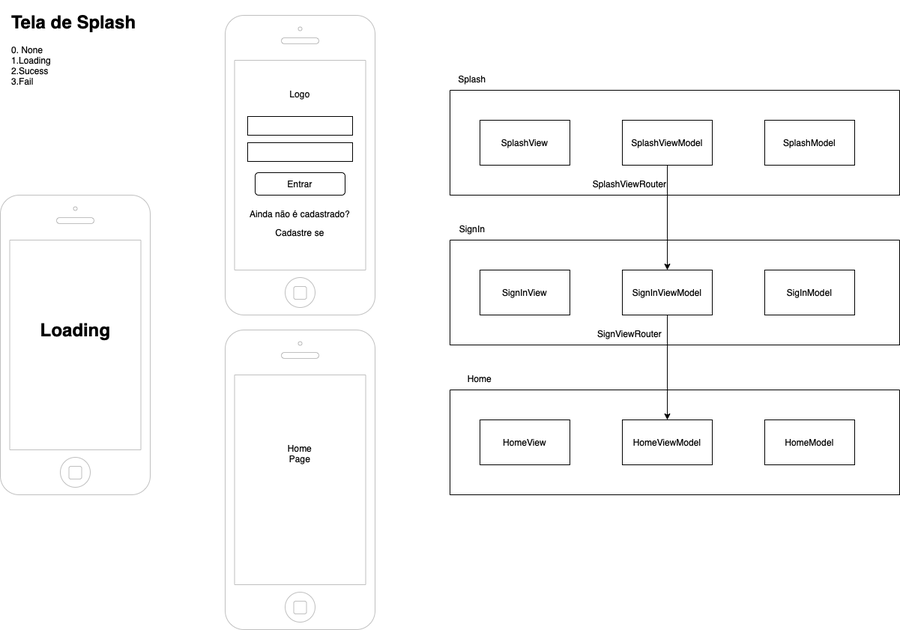
The draw.io diagram Prototipagem/ProjectHabitTelaDeLogin.drawio.png in kairosumida/ProjectHabit, before a commit. Source tidied: cells renumbered, new cells last; positions are measured from the earlier drawing's top-left corner, leaving out a move shared by most shapes.
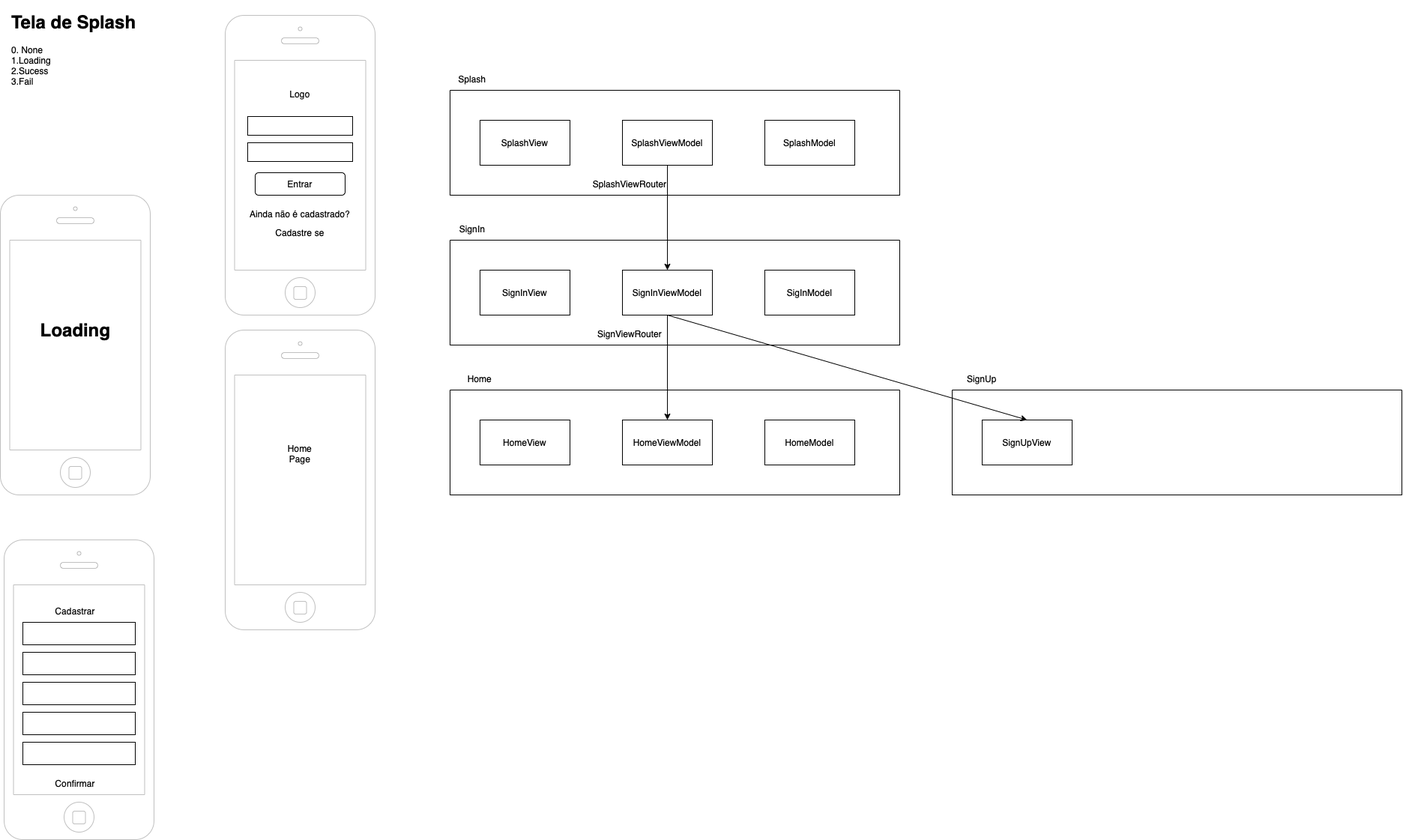
The same diagram one commit later.

Diff of the diagram source:
```diff
@@ -95,5 +95,41 @@
     <mxCell id="32" style="endArrow=classic;html=1;rounded=0;entryX=0.5;entryY=0;entryDx=0;entryDy=0;" parent="1" edge="1" source="20" target="28">
       <mxGeometry relative="1" as="geometry" />
     </mxCell>
+    <mxCell id="33" value="SignUpView" style="rounded=0;whiteSpace=wrap;html=1;" parent="1" vertex="1">
+      <mxGeometry x="1310" y="550" width="120" height="60" as="geometry" />
+    </mxCell>
+    <mxCell id="34" style="swimlane;startSize=0;" parent="1" vertex="1">
+      <mxGeometry x="1270" y="510" width="600" height="140" as="geometry" />
+    </mxCell>
+    <mxCell id="35" value="SignUp" style="text;html=1;strokeColor=none;fillColor=none;align=center;verticalAlign=middle;whiteSpace=wrap;rounded=0;" parent="1" vertex="1">
+      <mxGeometry x="1280" y="480" width="60" height="30" as="geometry" />
+    </mxCell>
+    <mxCell id="36" style="endArrow=classic;html=1;rounded=0;exitX=0.5;exitY=1;exitDx=0;exitDy=0;entryX=0.5;entryY=0;entryDx=0;entryDy=0;" parent="1" edge="1" source="20" target="33">
+      <mxGeometry relative="1" as="geometry" />
+    </mxCell>
+    <mxCell id="37" style="html=1;verticalLabelPosition=bottom;labelBackgroundColor=#ffffff;verticalAlign=top;shadow=0;dashed=0;strokeWidth=1;shape=mxgraph.ios7.misc.iphone;strokeColor=#c0c0c0;" parent="1" vertex="1">
+      <mxGeometry x="5" y="710" width="200" height="400" as="geometry" />
+    </mxCell>
+    <mxCell id="38" value="Cadastrar" style="text;html=1;strokeColor=none;fillColor=none;align=center;verticalAlign=middle;whiteSpace=wrap;rounded=0;" parent="1" vertex="1">
+      <mxGeometry x="70" y="790" width="60" height="30" as="geometry" />
+    </mxCell>
+    <mxCell id="39" style="rounded=0;whiteSpace=wrap;html=1;" parent="1" vertex="1">
+      <mxGeometry x="30" y="820" width="150" height="30" as="geometry" />
+    </mxCell>
+    <mxCell id="40" style="rounded=0;whiteSpace=wrap;html=1;" parent="1" vertex="1">
+      <mxGeometry x="30" y="860" width="150" height="30" as="geometry" />
+    </mxCell>
+    <mxCell id="41" style="rounded=0;whiteSpace=wrap;html=1;" parent="1" vertex="1">
+      <mxGeometry x="30" y="900" width="150" height="30" as="geometry" />
+    </mxCell>
+    <mxCell id="42" style="rounded=0;whiteSpace=wrap;html=1;" parent="1" vertex="1">
+      <mxGeometry x="30" y="940" width="150" height="30" as="geometry" />
+    </mxCell>
+    <mxCell id="43" style="rounded=0;whiteSpace=wrap;html=1;" parent="1" vertex="1">
+      <mxGeometry x="30" y="980" width="150" height="30" as="geometry" />
+    </mxCell>
+    <mxCell id="44" value="Confirmar" style="text;html=1;strokeColor=none;fillColor=none;align=center;verticalAlign=middle;whiteSpace=wrap;rounded=0;" parent="1" vertex="1">
+      <mxGeometry x="70" y="1020" width="60" height="30" as="geometry" />
+    </mxCell>
   </root>
 </mxGraphModel>
```
